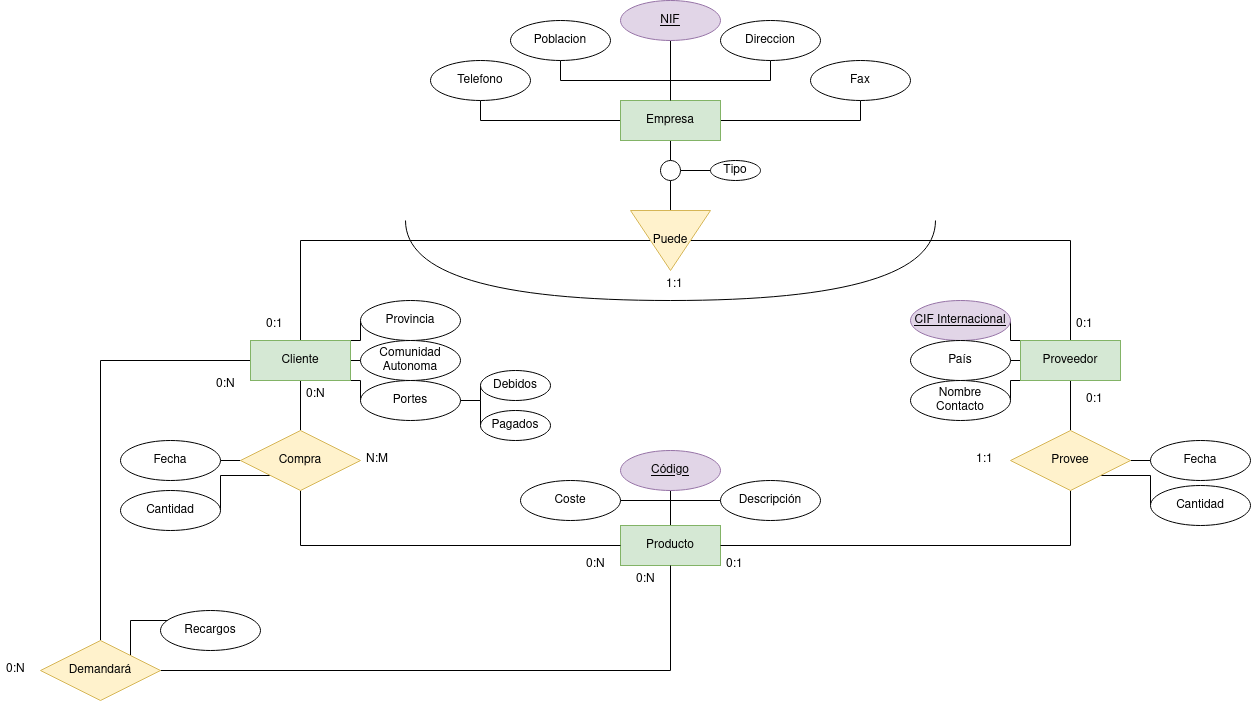
This is Unidad-1/Tareas/Tarea-evaluable4/tarea4.drawio.png from jdrguez/2-Daw, a draw.io export, as it was before one commit. Source tidied: cells renumbered, new cells last; positions are measured from the earlier drawing's top-left corner, leaving out a move shared by most shapes.
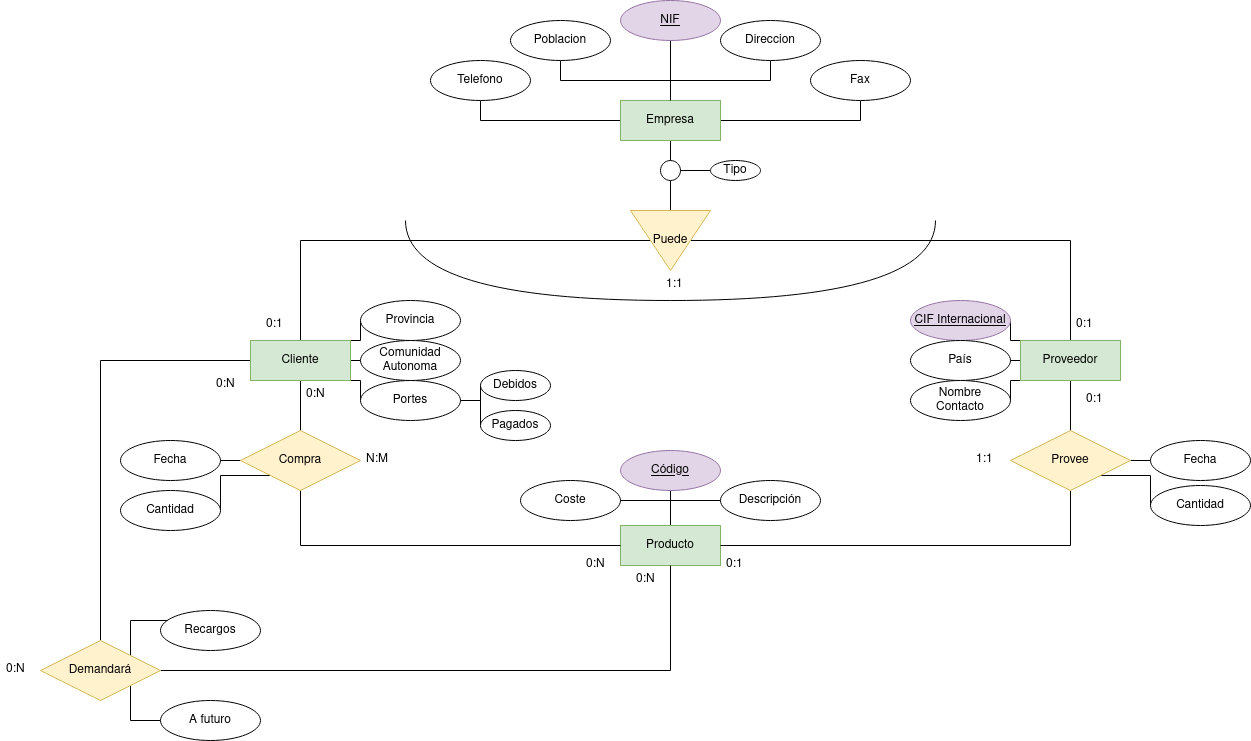
After the change.

What changed in the source:
```diff
@@ -113,6 +113,9 @@
     <mxCell id="38" style="edgeStyle=orthogonalEdgeStyle;rounded=0;jettySize=auto;html=1;exitX=1;exitY=0;exitDx=0;exitDy=0;entryX=0;entryY=1;entryDx=0;entryDy=0;endArrow=none;endFill=0;" parent="1" edge="1" source="39" target="74">
       <mxGeometry relative="1" as="geometry" />
     </mxCell>
+    <mxCell id="78" style="edgeStyle=orthogonalEdgeStyle;rounded=0;jettySize=auto;html=1;exitX=1;exitY=1;exitDx=0;exitDy=0;entryX=0;entryY=0.5;entryDx=0;entryDy=0;endArrow=none;endFill=0;" parent="1" edge="1" source="39" target="79">
+      <mxGeometry relative="1" as="geometry" />
+    </mxCell>
     <mxCell id="39" value="Demandará" style="shape=rhombus;perimeter=rhombusPerimeter;whiteSpace=wrap;html=1;align=center;fillColor=#fff2cc;strokeColor=#d6b656;" parent="1" vertex="1">
       <mxGeometry x="40" y="640" width="120" height="60" as="geometry" />
     </mxCell>
@@ -230,5 +233,8 @@
     <mxCell id="77" value="0:N" style="text;strokeColor=none;fillColor=none;spacingLeft=4;spacingRight=4;overflow=hidden;fontSize=12;whiteSpace=wrap;html=1;" parent="1" vertex="1">
       <mxGeometry y="655" width="40" height="30" as="geometry" />
     </mxCell>
+    <mxCell id="79" value="A futuro" style="ellipse;whiteSpace=wrap;html=1;align=center;" parent="1" vertex="1">
+      <mxGeometry x="160" y="700" width="100" height="40" as="geometry" />
+    </mxCell>
   </root>
 </mxGraphModel>
```
